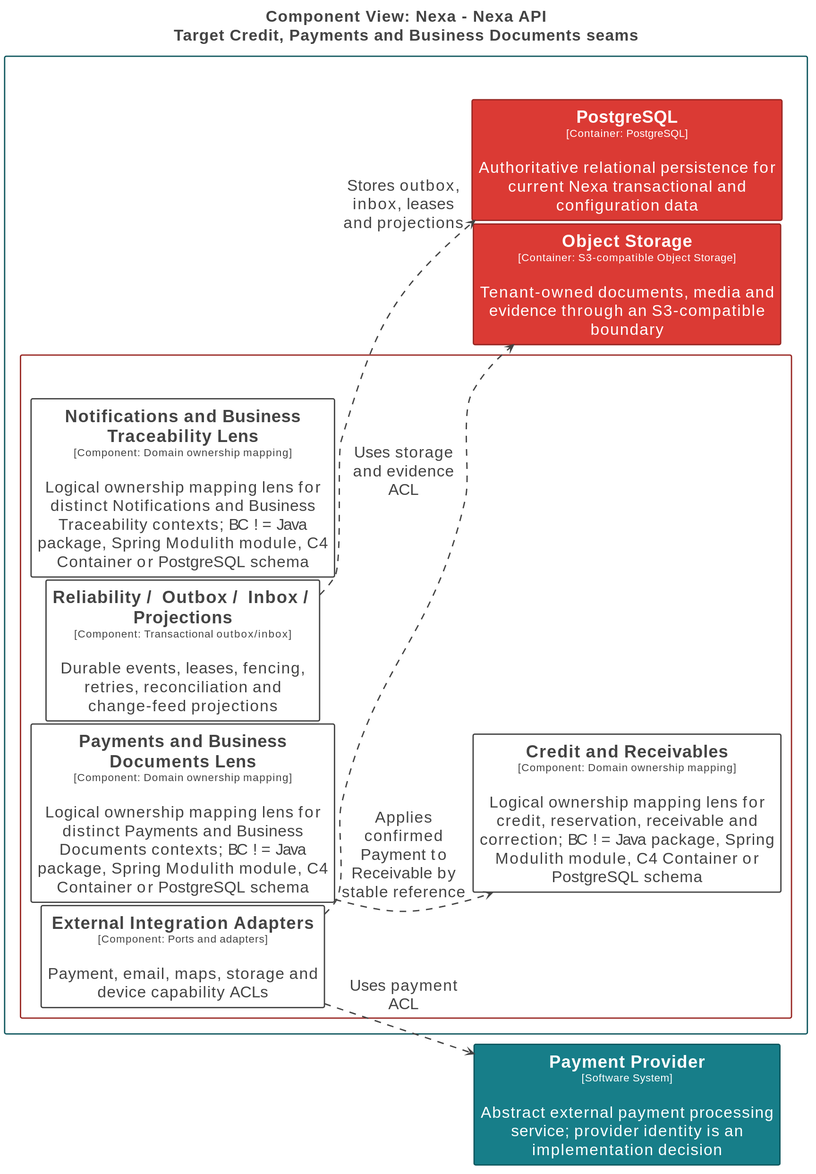
The PlantUML diagram 01-shared/architecture/c4/exports/l3/Nexa-API-CreditPaymentDocuments-TARGET.svg in nexa-suite/blueprint, before a commit.
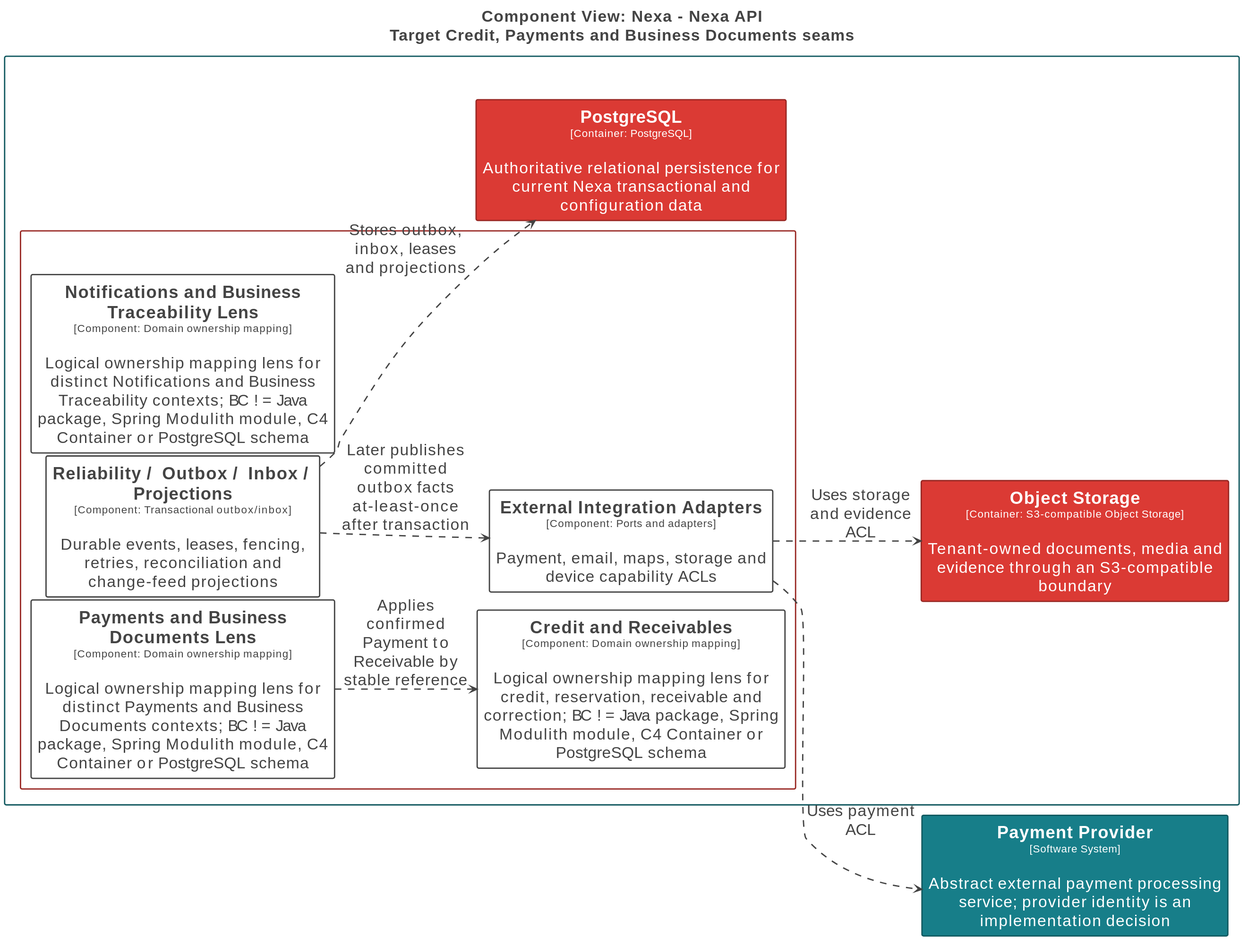
Above is the later version.

The edit, as a diff of the source:
```diff
@@ -97,6 +97,7 @@
 }
 
 Nexa.NexaAPI.ReliabilityOutboxInboxProjections --> Nexa.PostgreSQL <<Relationship-UmVsYXRpb25zaGlw>> : "Stores outbox, inbox, leases and projections"
+Nexa.NexaAPI.ReliabilityOutboxInboxProjections --> Nexa.NexaAPI.ExternalIntegrationAdapters <<Relationship-UmVsYXRpb25zaGlw>> : "Later publishes committed outbox facts at-least-once after transaction"
 Nexa.NexaAPI.ExternalIntegrationAdapters --> PaymentProvider <<Relationship-UmVsYXRpb25zaGlw>> : "Uses payment ACL"
 Nexa.NexaAPI.ExternalIntegrationAdapters --> Nexa.ObjectStorage <<Relationship-UmVsYXRpb25zaGlw>> : "Uses storage and evidence ACL"
 Nexa.NexaAPI.PaymentsandBusinessDocumentsLens --> Nexa.NexaAPI.CreditandReceivables <<Relationship-UmVsYXRpb25zaGlw>> : "Applies confirmed Payment to Receivable by stable reference"
```
